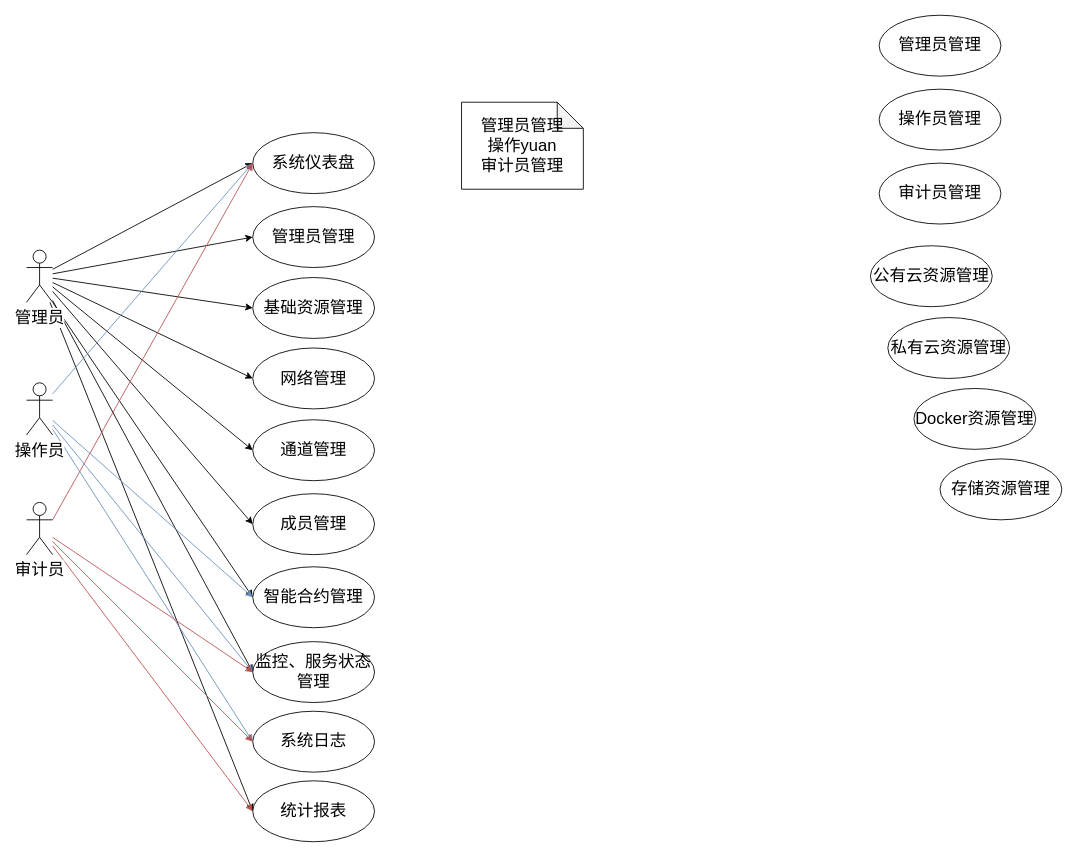
dilide/collections keeps this draw.io diagram as repository/drawio/postb/system use case.drawio. Above is the earlier version. Source tidied: cells renumbered, new cells numbered last; positions are measured from the earlier drawing's top-left corner, leaving out a move shared by most shapes. Both pictures are drawn from the tidied source at 87%, with x=0, y=0 at pixel (26, 15).
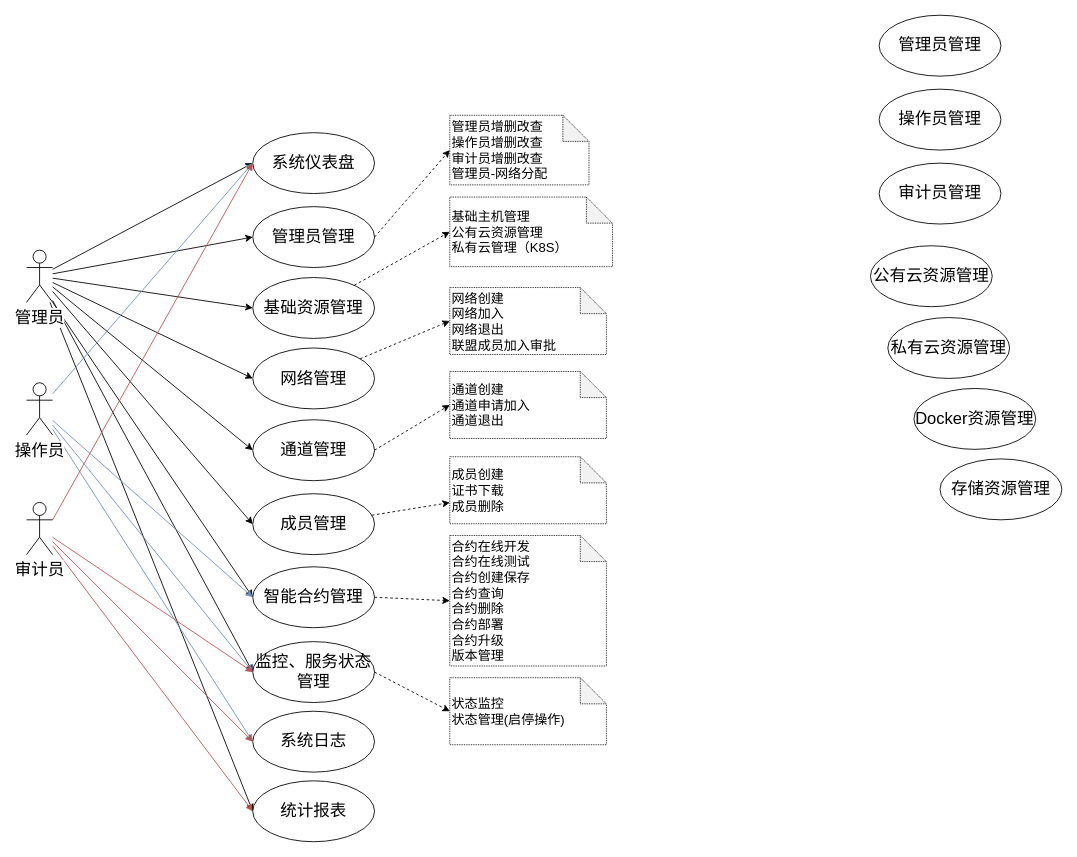
The same diagram, later.

The change refers to these unchanged cells:
```xml
<mxCell id="12" value="网络管理&lt;br style=&quot;font-size: 19px;&quot;&gt;" style="ellipse;whiteSpace=wrap;html=1;fontSize=19;" parent="1" vertex="1">
  <mxGeometry x="260" y="382.5" width="140" height="70" as="geometry" />
</mxCell>
<mxCell id="13" value="成员管理" style="ellipse;whiteSpace=wrap;html=1;fontSize=19;" parent="1" vertex="1">
  <mxGeometry x="260" y="550" width="140" height="70" as="geometry" />
</mxCell>
<mxCell id="14" value="通道管理" style="ellipse;whiteSpace=wrap;html=1;fontSize=19;" parent="1" vertex="1">
  <mxGeometry x="260" y="465" width="140" height="70" as="geometry" />
</mxCell>
<mxCell id="15" value="管理员管理" style="ellipse;whiteSpace=wrap;html=1;fontSize=19;" parent="1" vertex="1">
  <mxGeometry x="260" y="220" width="140" height="70" as="geometry" />
</mxCell>
<mxCell id="19" value="基础资源管理&lt;br style=&quot;font-size: 19px&quot;&gt;" style="ellipse;whiteSpace=wrap;html=1;fontSize=19;" parent="1" vertex="1">
  <mxGeometry x="260" y="301.5" width="140" height="70" as="geometry" />
</mxCell>
<mxCell id="20" value="智能合约管理" style="ellipse;whiteSpace=wrap;html=1;fontSize=19;" parent="1" vertex="1">
  <mxGeometry x="260" y="634" width="140" height="70" as="geometry" />
</mxCell>
<mxCell id="30" value="监控、服务状态管理" style="ellipse;whiteSpace=wrap;html=1;fontSize=19;" parent="1" vertex="1">
  <mxGeometry x="260" y="720" width="140" height="70" as="geometry" />
</mxCell>
```

What changed in the source:
```diff
@@
+    <mxCell id="40" style="edgeStyle=none;rounded=0;jettySize=auto;html=1;entryX=0;entryY=0.5;entryDx=0;entryDy=0;entryPerimeter=0;dashed=1;fontSize=15;" parent="1" edge="1" source="12" target="48">
+      <mxGeometry relative="1" as="geometry" />
+    </mxCell>
@@
+    <mxCell id="41" style="edgeStyle=none;rounded=0;jettySize=auto;html=1;dashed=1;fontSize=15;" parent="1" edge="1" source="13" target="50">
+      <mxGeometry relative="1" as="geometry" />
+    </mxCell>
@@
+    <mxCell id="42" style="edgeStyle=none;rounded=0;jettySize=auto;html=1;entryX=0;entryY=0.5;entryDx=0;entryDy=0;entryPerimeter=0;dashed=1;" parent="1" edge="1" source="19" target="46">
+      <mxGeometry relative="1" as="geometry" />
+    </mxCell>
@@
+    <mxCell id="43" style="edgeStyle=none;rounded=0;jettySize=auto;html=1;entryX=0;entryY=0.5;entryDx=0;entryDy=0;entryPerimeter=0;dashed=1;fontSize=15;exitX=1;exitY=0.5;exitDx=0;exitDy=0;" parent="1" edge="1" source="20" target="51">
+      <mxGeometry relative="1" as="geometry" />
+    </mxCell>
@@
+    <mxCell id="44" style="edgeStyle=none;rounded=0;jettySize=auto;html=1;entryX=0;entryY=0.5;entryDx=0;entryDy=0;entryPerimeter=0;dashed=1;fontSize=15;exitX=1;exitY=0.5;exitDx=0;exitDy=0;" parent="1" edge="1" source="30" target="52">
+      <mxGeometry relative="1" as="geometry" />
+    </mxCell>
@@
+    <mxCell id="45" style="rounded=0;jettySize=auto;html=1;entryX=0;entryY=0.5;entryDx=0;entryDy=0;entryPerimeter=0;dashed=1;exitX=1;exitY=0.5;exitDx=0;exitDy=0;" parent="1" edge="1" source="15" target="39">
+      <mxGeometry relative="1" as="geometry" />
+    </mxCell>
@@
-    <mxCell id="39" value="管理员管理&lt;br&gt;操作yuan&lt;br&gt;审计员管理&lt;br&gt;" style="shape=note;whiteSpace=wrap;html=1;backgroundOutline=1;darkOpacity=0.05;fontSize=19;" parent="1" vertex="1">
-      <mxGeometry x="500" y="100" width="140" height="100" as="geometry" />
+    <mxCell id="39" value="管理员增删改查&lt;br style=&quot;font-size: 15px&quot;&gt;操作员增删改查&lt;br style=&quot;font-size: 15px&quot;&gt;审计员增删改查&lt;br&gt;管理员-网络分配&lt;br style=&quot;font-size: 15px&quot;&gt;" style="shape=note;whiteSpace=wrap;html=1;backgroundOutline=1;darkOpacity=0.05;fontSize=15;align=left;dashed=1;dashPattern=1 1;" parent="1" vertex="1">
+      <mxGeometry x="486.5" y="115" width="160" height="80" as="geometry" />
     </mxCell>
+    <mxCell id="46" value="基础主机管理&lt;br style=&quot;font-size: 15px;&quot;&gt;公有云资源管理&lt;br style=&quot;font-size: 15px;&quot;&gt;私有云管理（K8S）&lt;br style=&quot;font-size: 15px;&quot;&gt;" style="shape=note;whiteSpace=wrap;html=1;backgroundOutline=1;darkOpacity=0.05;fontSize=15;align=left;dashed=1;dashPattern=1 1;" parent="1" vertex="1">
+      <mxGeometry x="486.5" y="209" width="187" height="80" as="geometry" />
+    </mxCell>
+    <mxCell id="47" style="edgeStyle=none;rounded=0;jettySize=auto;html=1;dashed=1;fontSize=15;exitX=1;exitY=0.5;exitDx=0;exitDy=0;entryX=0;entryY=0.5;entryDx=0;entryDy=0;entryPerimeter=0;" parent="1" edge="1" source="14" target="49">
+      <mxGeometry relative="1" as="geometry" />
+    </mxCell>
+    <mxCell id="48" value="网络创建&lt;br&gt;网络加入&lt;br&gt;网络退出&lt;br&gt;联盟成员加入审批&lt;br style=&quot;font-size: 15px&quot;&gt;" style="shape=note;whiteSpace=wrap;html=1;backgroundOutline=1;darkOpacity=0.05;fontSize=15;align=left;dashed=1;dashPattern=1 1;" parent="1" vertex="1">
+      <mxGeometry x="486.5" y="313" width="180" height="77" as="geometry" />
+    </mxCell>
+    <mxCell id="49" value="通道创建&lt;br&gt;通道申请加入&lt;br&gt;通道退出&lt;br style=&quot;font-size: 15px&quot;&gt;" style="shape=note;whiteSpace=wrap;html=1;backgroundOutline=1;darkOpacity=0.05;fontSize=15;align=left;dashed=1;dashPattern=1 1;" parent="1" vertex="1">
+      <mxGeometry x="486.5" y="409.5" width="180" height="77" as="geometry" />
+    </mxCell>
+    <mxCell id="50" value="成员创建&lt;br&gt;证书下载&lt;br&gt;成员删除&lt;br style=&quot;font-size: 15px&quot;&gt;" style="shape=note;whiteSpace=wrap;html=1;backgroundOutline=1;darkOpacity=0.05;fontSize=15;align=left;dashed=1;dashPattern=1 1;" parent="1" vertex="1">
+      <mxGeometry x="486.5" y="507.5" width="180" height="77" as="geometry" />
+    </mxCell>
+    <mxCell id="51" value="合约在线开发&lt;br&gt;合约在线测试&lt;br&gt;合约创建保存&lt;br&gt;合约查询&lt;br&gt;合约删除&lt;br&gt;合约部署&lt;br&gt;合约升级&lt;br&gt;版本管理&lt;br style=&quot;font-size: 15px&quot;&gt;" style="shape=note;whiteSpace=wrap;html=1;backgroundOutline=1;darkOpacity=0.05;fontSize=15;align=left;dashed=1;dashPattern=1 1;" parent="1" vertex="1">
+      <mxGeometry x="486.5" y="598" width="180" height="150" as="geometry" />
+    </mxCell>
+    <mxCell id="52" value="状态监控&lt;br&gt;状态管理(启停操作)&lt;br style=&quot;font-size: 15px&quot;&gt;" style="shape=note;whiteSpace=wrap;html=1;backgroundOutline=1;darkOpacity=0.05;fontSize=15;align=left;dashed=1;dashPattern=1 1;" parent="1" vertex="1">
+      <mxGeometry x="486.5" y="761.5" width="180" height="77" as="geometry" />
+    </mxCell>
```
